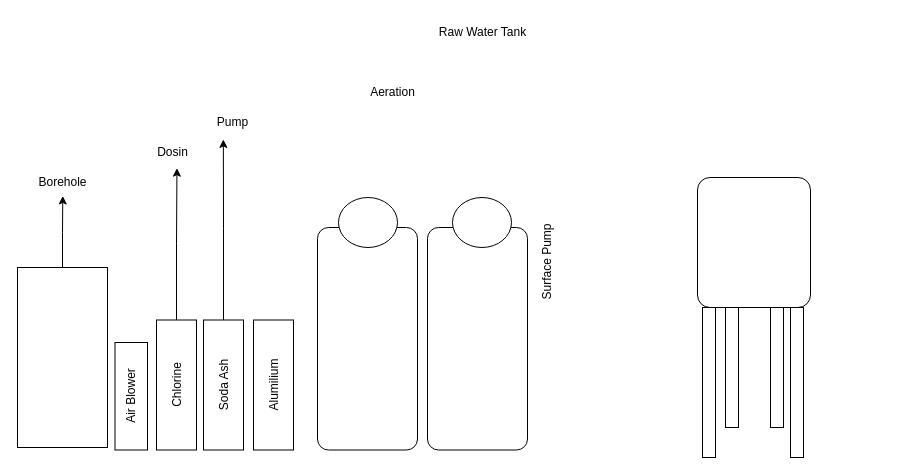
Before: water treatment.drawio in absheriff/charts, a draw.io diagram. Source tidied: cells renumbered, new cells numbered last; positions are measured from the earlier drawing's top-left corner, leaving out a move shared by most shapes. Both pictures are drawn from the tidied source at 100%, with x=0, y=0 at pixel (17, 17).
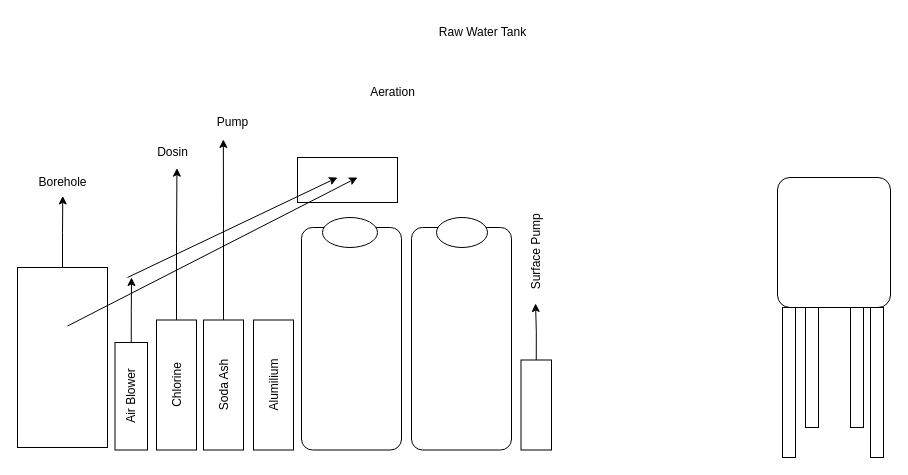
The same page after the edit.

The change refers to these unchanged cells:
```xml
<mxCell id="3" value="Air Blower" style="rounded=0;whiteSpace=wrap;html=1;flipV=1;flipH=1;rotation=-90;" parent="1" vertex="1">
  <mxGeometry x="60" y="362.5" width="107.5" height="32.5" as="geometry" />
</mxCell>
```

The edit, as a diff of the source:
```diff
@@
+    <mxCell id="25" style="edgeStyle=orthogonalEdgeStyle;rounded=0;jettySize=auto;html=1;exitX=1;exitY=0.5;exitDx=0;exitDy=0;" parent="1" edge="1" source="3">
+      <mxGeometry relative="1" as="geometry">
+        <mxPoint x="114" y="260" as="targetPoint" />
+      </mxGeometry>
+    </mxCell>
@@
     <mxCell id="7" style="rounded=1;whiteSpace=wrap;html=1;arcSize=11;" parent="1" vertex="1">
-      <mxGeometry x="680" y="160" width="113" height="130" as="geometry" />
+      <mxGeometry x="760" y="160" width="113" height="130" as="geometry" />
     </mxCell>
     <mxCell id="8" style="rounded=0;whiteSpace=wrap;html=1;" parent="1" vertex="1">
-      <mxGeometry x="685" y="290" width="13" height="150" as="geometry" />
+      <mxGeometry x="765" y="290" width="13" height="150" as="geometry" />
     </mxCell>
     <mxCell id="9" style="rounded=0;whiteSpace=wrap;html=1;" parent="1" vertex="1">
-      <mxGeometry x="773" y="290" width="13" height="150" as="geometry" />
+      <mxGeometry x="853" y="290" width="13" height="150" as="geometry" />
     </mxCell>
     <mxCell id="10" style="rounded=0;whiteSpace=wrap;html=1;" parent="1" vertex="1">
-      <mxGeometry x="753" y="290" width="13" height="120" as="geometry" />
+      <mxGeometry x="833" y="290" width="13" height="120" as="geometry" />
     </mxCell>
     <mxCell id="11" style="rounded=0;whiteSpace=wrap;html=1;" parent="1" vertex="1">
-      <mxGeometry x="708" y="290" width="13" height="120" as="geometry" />
+      <mxGeometry x="788" y="290" width="13" height="120" as="geometry" />
     </mxCell>
     <mxCell id="12" style="rounded=1;whiteSpace=wrap;html=1;arcSize=11;" parent="1" vertex="1">
-      <mxGeometry x="300" y="210" width="100" height="222.5" as="geometry" />
+      <mxGeometry x="284" y="210" width="100" height="222.5" as="geometry" />
     </mxCell>
     <mxCell id="13" style="rounded=1;whiteSpace=wrap;html=1;arcSize=11;" parent="1" vertex="1">
-      <mxGeometry x="410" y="210" width="100" height="222.5" as="geometry" />
+      <mxGeometry x="394" y="210" width="100" height="222.5" as="geometry" />
     </mxCell>
     <mxCell id="14" style="ellipse;whiteSpace=wrap;html=1;" parent="1" vertex="1">
-      <mxGeometry x="321" y="180" width="59" height="50" as="geometry" />
+      <mxGeometry x="305" y="200" width="55" height="30" as="geometry" />
     </mxCell>
     <mxCell id="15" style="ellipse;whiteSpace=wrap;html=1;" parent="1" vertex="1">
-      <mxGeometry x="435" y="180" width="59" height="50" as="geometry" />
+      <mxGeometry x="419" y="200" width="51" height="30" as="geometry" />
     </mxCell>
@@
     <mxCell id="21" value="Surface Pump" style="text;html=1;align=center;verticalAlign=middle;points=[];strokeColor=none;fillColor=none;rotation=-90;" parent="1" vertex="1">
-      <mxGeometry x="480" y="230" width="100" height="30" as="geometry" />
+      <mxGeometry x="468.8" y="220" width="100" height="30" as="geometry" />
     </mxCell>
@@
+    <mxCell id="26" style="rounded=0;whiteSpace=wrap;html=1;" parent="1" vertex="1">
+      <mxGeometry x="503.5" y="342.5" width="30.5" height="90" as="geometry" />
+    </mxCell>
+    <mxCell id="27" style="edgeStyle=orthogonalEdgeStyle;rounded=0;jettySize=auto;html=1;exitX=0.5;exitY=0;exitDx=0;exitDy=0;entryX=-0.01;entryY=0.475;entryDx=0;entryDy=0;entryPerimeter=0;" parent="1" edge="1" source="26" target="21">
+      <mxGeometry relative="1" as="geometry" />
+    </mxCell>
+    <mxCell id="28" style="endArrow=classic;html=1;rounded=0;" parent="1" edge="1">
+      <mxGeometry relative="1" as="geometry">
+        <mxPoint x="50" y="308.5" as="sourcePoint" />
+        <mxPoint x="340" y="160" as="targetPoint" />
+      </mxGeometry>
+    </mxCell>
+    <mxCell id="29" style="endArrow=classic;html=1;rounded=0;" parent="1" edge="1">
+      <mxGeometry relative="1" as="geometry">
+        <mxPoint x="110" y="260" as="sourcePoint" />
+        <mxPoint x="320" y="160" as="targetPoint" />
+      </mxGeometry>
+    </mxCell>
+    <mxCell id="30" style="rounded=0;whiteSpace=wrap;html=1;fillColor=none;" parent="1" vertex="1">
+      <mxGeometry x="280" y="140" width="100" height="45" as="geometry" />
+    </mxCell>
```
